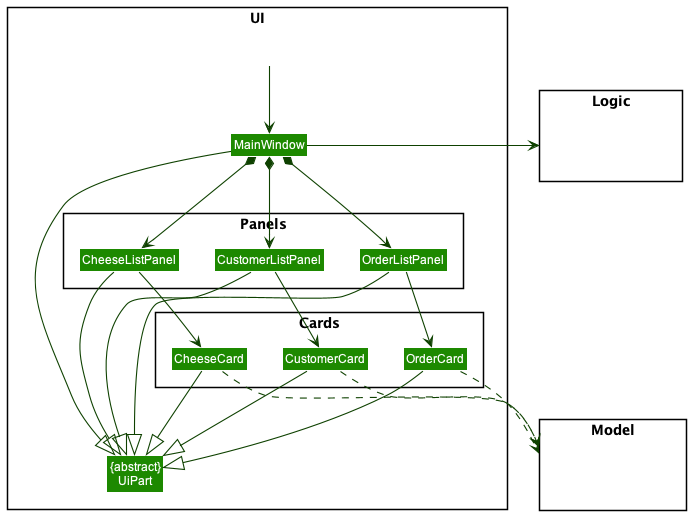
Before: docs/images/UiPanelsCardsClassDiagram.png, a diagram exported from PlantUML (nus-cs2103-AY2021S2/tp). The source it was exported from:
```plantuml
@startuml
!include style.puml
skinparam arrowThickness 1.1
skinparam arrowColor UI_COLOR_T4
skinparam classBackgroundColor UI_COLOR

package UI <<Rectangle>>{
Class HiddenInside #FFFFFF
Class "{abstract}\nUiPart" as UiPart
Class MainWindow
package Cards {
Class CustomerCard
Class CheeseCard
Class OrderCard
}
package Panels {
Class CustomerListPanel
Class CheeseListPanel
Class OrderListPanel
}
}

package Model <<Rectangle>> {
Class HiddenModel #FFFFFF
}

package Logic <<Rectangle>> {
Class HiddenLogic #FFFFFF
}

HiddenInside --> MainWindow

MainWindow *-down-> CustomerListPanel
MainWindow *-down-> CheeseListPanel
MainWindow *-down-> OrderListPanel

CustomerListPanel --> CustomerCard
CheeseListPanel --> CheeseCard
OrderListPanel --> OrderCard

MainWindow --|> UiPart
CustomerListPanel --|> UiPart
CheeseListPanel --|> UiPart
OrderListPanel --|> UiPart
CustomerCard --|> UiPart
CheeseCard --|> UiPart
OrderCard --|> UiPart

CustomerCard ..> Model
CheeseCard ..> Model
OrderCard ..> Model

MainWindow -right-> Logic

@enduml
```
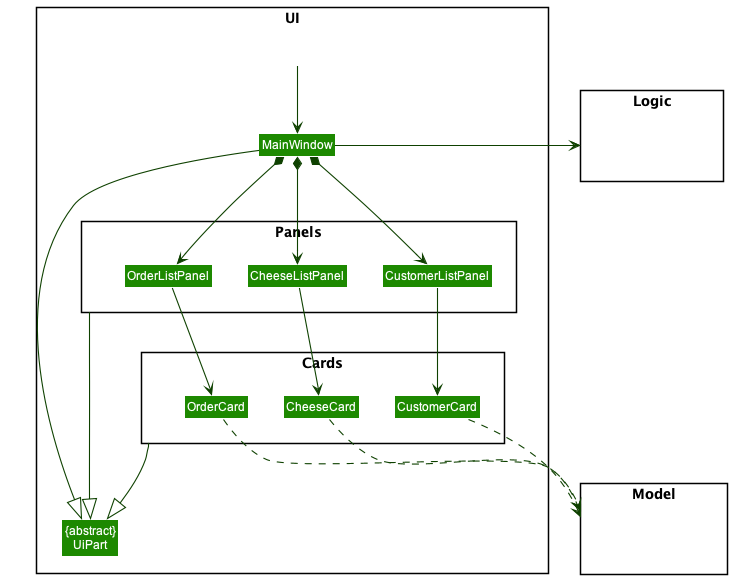
After the commit.

Commit message:
Update class diagram for UI's panels and cards components

Diff of the diagram source:
```diff
@@ -39,12 +39,8 @@
 OrderListPanel --> OrderCard
 
 MainWindow --|> UiPart
-CustomerListPanel --|> UiPart
-CheeseListPanel --|> UiPart
-OrderListPanel --|> UiPart
-CustomerCard --|> UiPart
-CheeseCard --|> UiPart
-OrderCard --|> UiPart
+Panels --|> UiPart
+Cards --|> UiPart
 
 CustomerCard ..> Model
 CheeseCard ..> Model
```
